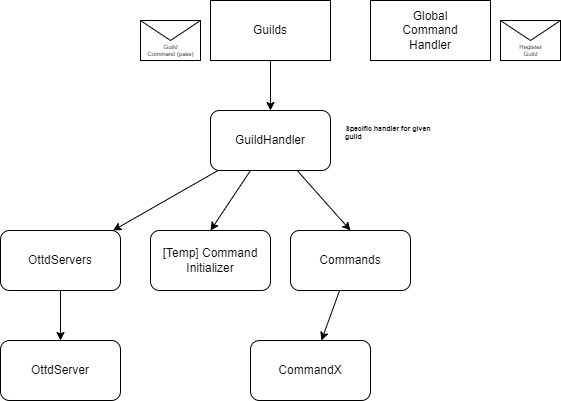
This is docs/akka.drawio.png from shoter/OpenttdDiscord, a draw.io export, as it was before one commit. Source tidied: cells renumbered, new cells last; positions are measured from the earlier drawing's top-left corner, leaving out a move shared by most shapes. Source of this version:
```xml
<mxGraphModel>
  <root>
    <mxCell id="0" />
    <mxCell id="1" parent="0" />
    <mxCell id="2" style="edgeStyle=none;html=1;" parent="1" edge="1" source="5" target="7">
      <mxGeometry relative="1" as="geometry" />
    </mxCell>
    <mxCell id="3" style="edgeStyle=none;html=1;entryX=0.5;entryY=0;entryDx=0;entryDy=0;fontSize=7;" parent="1" edge="1" source="5" target="10">
      <mxGeometry relative="1" as="geometry" />
    </mxCell>
    <mxCell id="4" style="edgeStyle=none;html=1;entryX=0.5;entryY=0;entryDx=0;entryDy=0;fontSize=7;" parent="1" edge="1" source="5" target="12">
      <mxGeometry relative="1" as="geometry" />
    </mxCell>
    <mxCell id="5" value="GuildHandler" style="rounded=1;whiteSpace=wrap;html=1;" parent="1" vertex="1">
      <mxGeometry x="210" y="110" width="120" height="60" as="geometry" />
    </mxCell>
    <mxCell id="6" style="edgeStyle=none;html=1;fontSize=7;" parent="1" edge="1" source="7" target="9">
      <mxGeometry relative="1" as="geometry" />
    </mxCell>
    <mxCell id="7" value="OttdServers" style="rounded=1;whiteSpace=wrap;html=1;" parent="1" vertex="1">
      <mxGeometry y="230" width="120" height="60" as="geometry" />
    </mxCell>
    <mxCell id="8" value="&lt;h1 style=&quot;font-size: 7px;&quot;&gt;Specific handler for given guild&lt;/h1&gt;" style="text;html=1;strokeColor=none;fillColor=none;spacing=5;spacingTop=-20;whiteSpace=wrap;overflow=hidden;rounded=0;fontSize=7;verticalAlign=top;align=left;" parent="1" vertex="1">
      <mxGeometry x="340" y="130" width="110" height="20" as="geometry" />
    </mxCell>
    <mxCell id="9" value="OttdServer" style="rounded=1;whiteSpace=wrap;html=1;" parent="1" vertex="1">
      <mxGeometry y="340" width="120" height="60" as="geometry" />
    </mxCell>
    <mxCell id="10" value="[Temp] Command Initializer" style="rounded=1;whiteSpace=wrap;html=1;" parent="1" vertex="1">
      <mxGeometry x="150" y="230" width="120" height="60" as="geometry" />
    </mxCell>
    <mxCell id="11" style="edgeStyle=none;html=1;fontSize=7;" parent="1" edge="1" source="12" target="13">
      <mxGeometry relative="1" as="geometry" />
    </mxCell>
    <mxCell id="12" value="Commands" style="rounded=1;whiteSpace=wrap;html=1;" parent="1" vertex="1">
      <mxGeometry x="290" y="230" width="120" height="60" as="geometry" />
    </mxCell>
    <mxCell id="13" value="CommandX" style="rounded=1;whiteSpace=wrap;html=1;" parent="1" vertex="1">
      <mxGeometry x="250" y="340" width="120" height="60" as="geometry" />
    </mxCell>
    <mxCell id="14" style="edgeStyle=none;html=1;entryX=0.5;entryY=0;entryDx=0;entryDy=0;fontSize=12;" parent="1" edge="1" source="15" target="5">
      <mxGeometry relative="1" as="geometry" />
    </mxCell>
    <mxCell id="15" value="Guilds" style="rounded=0;whiteSpace=wrap;html=1;fontSize=12;" parent="1" vertex="1">
      <mxGeometry x="210" width="120" height="60" as="geometry" />
    </mxCell>
    <mxCell id="16" value="Global&lt;br&gt;Command&lt;br&gt;Handler" style="rounded=0;whiteSpace=wrap;html=1;fontSize=12;" parent="1" vertex="1">
      <mxGeometry x="370" width="120" height="60" as="geometry" />
    </mxCell>
    <mxCell id="17" value="Register&lt;br&gt;Guild" style="shape=message;html=1;html=1;labelPosition=center;verticalLabelPosition=middle;align=center;verticalAlign=bottom;fontSize=6;" parent="1" vertex="1">
      <mxGeometry x="500" y="20" width="60" height="40" as="geometry" />
    </mxCell>
    <mxCell id="18" value="Guild&lt;br&gt;Command (pass)" style="shape=message;html=1;html=1;labelPosition=center;verticalLabelPosition=middle;align=center;verticalAlign=bottom;fontSize=6;" parent="1" vertex="1">
      <mxGeometry x="140" y="20" width="60" height="40" as="geometry" />
    </mxCell>
  </root>
</mxGraphModel>
```
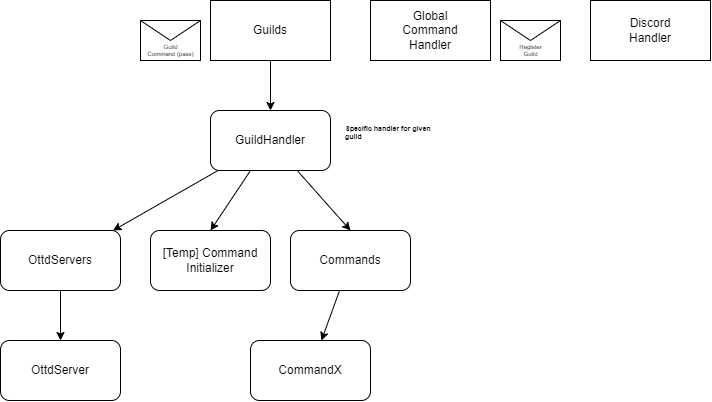
The same file after the commit.

What changed in the source:
```diff
@@ -53,5 +53,8 @@
     <mxCell id="18" value="Guild&lt;br&gt;Command (pass)" style="shape=message;html=1;html=1;labelPosition=center;verticalLabelPosition=middle;align=center;verticalAlign=bottom;fontSize=6;" parent="1" vertex="1">
       <mxGeometry x="140" y="20" width="60" height="40" as="geometry" />
     </mxCell>
+    <mxCell id="19" value="Discord&lt;br&gt;Handler" style="rounded=0;whiteSpace=wrap;html=1;fontSize=12;" parent="1" vertex="1">
+      <mxGeometry x="590" width="120" height="60" as="geometry" />
+    </mxCell>
   </root>
 </mxGraphModel>
```
